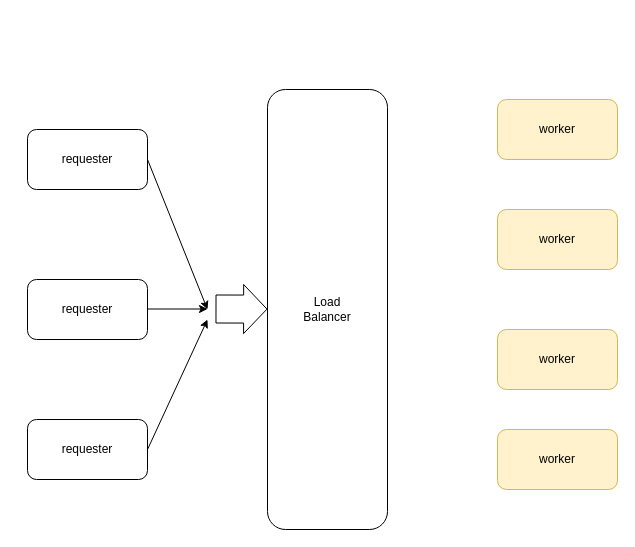
The draw.io diagram py_load_balancer.drawio in johnalupton/py_load_balancer, before the edit. Source tidied: cells renumbered, new cells numbered last; positions are measured from the earlier drawing's top-left corner, leaving out a move shared by most shapes. Both pictures are drawn from the tidied source at 100%, with x=0, y=0 at pixel (27, 89).
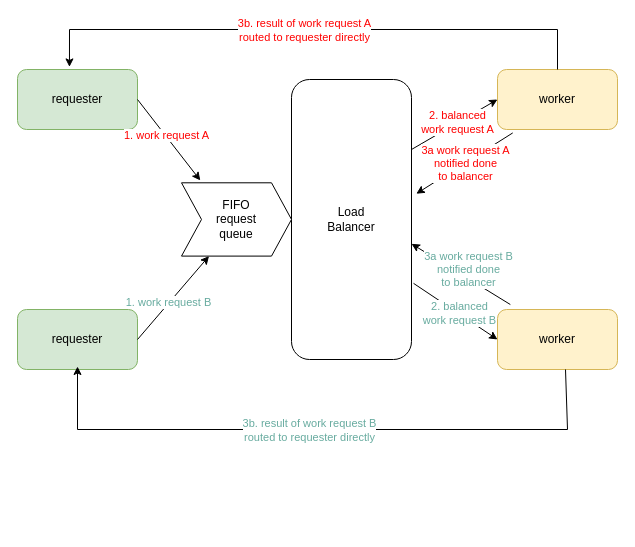
The same diagram, later.

What changed in the source:
```diff
@@
-    <mxCell id="2" value="requester" style="rounded=1;whiteSpace=wrap;html=1;" parent="1" vertex="1">
-      <mxGeometry y="190" width="120" height="60" as="geometry" />
-    </mxCell>
     <mxCell id="3" value="Load&lt;br&gt;Balancer" style="rounded=1;whiteSpace=wrap;html=1;" parent="1" vertex="1">
-      <mxGeometry x="240" width="120" height="440" as="geometry" />
+      <mxGeometry x="264" y="-10" width="120" height="280" as="geometry" />
     </mxCell>
-    <mxCell id="4" style="shape=flexArrow;endArrow=classic;html=1;rounded=0;entryX=1.017;entryY=0.273;entryDx=0;entryDy=0;entryPerimeter=0;width=28;endSize=7.46;" parent="1" edge="1">
-      <mxGeometry relative="1" as="geometry">
-        <mxPoint x="188" y="219.5" as="sourcePoint" />
-        <mxPoint x="240" y="219.6" as="targetPoint" />
-      </mxGeometry>
-    </mxCell>
-    <mxCell id="5" value="worker" style="rounded=1;whiteSpace=wrap;html=1;fillColor=#fff2cc;strokeColor=#d6b656;" parent="1" vertex="1">
-      <mxGeometry x="470" y="10" width="120" height="60" as="geometry" />
-    </mxCell>
-    <mxCell id="6" value="worker" style="rounded=1;whiteSpace=wrap;html=1;fillColor=#fff2cc;strokeColor=#d6b656;" parent="1" vertex="1">
-      <mxGeometry x="470" y="120" width="120" height="60" as="geometry" />
-    </mxCell>
-    <mxCell id="7" value="worker" style="rounded=1;whiteSpace=wrap;html=1;fillColor=#fff2cc;strokeColor=#d6b656;" parent="1" vertex="1">
-      <mxGeometry x="470" y="240" width="120" height="60" as="geometry" />
-    </mxCell>
-    <mxCell id="8" value="worker" style="rounded=1;whiteSpace=wrap;html=1;fillColor=#fff2cc;strokeColor=#d6b656;" parent="1" vertex="1">
-      <mxGeometry x="470" y="340" width="120" height="60" as="geometry" />
-    </mxCell>
-    <mxCell id="9" value="requester" style="rounded=1;whiteSpace=wrap;html=1;" parent="1" vertex="1">
-      <mxGeometry y="40" width="120" height="60" as="geometry" />
+    <mxCell id="9" value="requester" style="rounded=1;whiteSpace=wrap;html=1;fillColor=#d5e8d4;strokeColor=#82b366;" parent="1" vertex="1">
+      <mxGeometry x="-10" y="-20" width="120" height="60" as="geometry" />
     </mxCell>
-    <mxCell id="10" value="requester" style="rounded=1;whiteSpace=wrap;html=1;" parent="1" vertex="1">
-      <mxGeometry y="330" width="120" height="60" as="geometry" />
+    <mxCell id="10" value="requester" style="rounded=1;whiteSpace=wrap;html=1;fillColor=#d5e8d4;strokeColor=#82b366;" parent="1" vertex="1">
+      <mxGeometry x="-10" y="220" width="120" height="60" as="geometry" />
     </mxCell>
-    <mxCell id="11" style="endArrow=classic;html=1;rounded=0;" parent="1" edge="1">
-      <mxGeometry relative="1" as="geometry">
-        <mxPoint x="120" y="360" as="sourcePoint" />
-        <mxPoint x="180" y="230" as="targetPoint" />
-      </mxGeometry>
-    </mxCell>
-    <mxCell id="12" style="endArrow=classic;html=1;rounded=0;" parent="1" edge="1">
-      <mxGeometry relative="1" as="geometry">
-        <mxPoint x="120" y="70" as="sourcePoint" />
-        <mxPoint x="180" y="220" as="targetPoint" />
-      </mxGeometry>
-    </mxCell>
-    <mxCell id="13" style="endArrow=classic;html=1;rounded=0;" parent="1" edge="1">
-      <mxGeometry relative="1" as="geometry">
-        <mxPoint x="120" y="219.5" as="sourcePoint" />
-        <mxPoint x="180" y="219.5" as="targetPoint" />
-      </mxGeometry>
-    </mxCell>
+    <mxCell id="14" value="FIFO&lt;br&gt;request&lt;br&gt;queue" style="shape=step;perimeter=stepPerimeter;whiteSpace=wrap;html=1;fixedSize=1;" parent="1" vertex="1">
+      <mxGeometry x="154" y="93.3" width="110" height="73.3" as="geometry" />
+    </mxCell>
+    <mxCell id="15" style="endArrow=classic;html=1;rounded=0;entryX=0.171;entryY=-0.032;entryDx=0;entryDy=0;entryPerimeter=0;fontColor=#ff0000;" parent="1" edge="1" target="14">
+      <mxGeometry relative="1" as="geometry">
+        <mxPoint x="110" y="10" as="sourcePoint" />
+      </mxGeometry>
+    </mxCell>
+    <mxCell id="16" value="1. work request A" style="edgeLabel;html=1;align=center;verticalAlign=middle;fontColor=#ff0000;" parent="15" vertex="1">
+      <mxGeometry x="-0.1" y="1" relative="1" as="geometry" />
+    </mxCell>
+    <mxCell id="17" style="endArrow=classic;html=1;rounded=0;entryX=0.25;entryY=1;entryDx=0;entryDy=0;exitX=1;exitY=0.5;exitDx=0;exitDy=0;" parent="1" edge="1" source="10" target="14">
+      <mxGeometry relative="1" as="geometry" />
+    </mxCell>
+    <mxCell id="18" value="&lt;font color=&quot;#67ab9f&quot;&gt;1. work request B&lt;/font&gt;" style="edgeLabel;html=1;align=center;verticalAlign=middle;" parent="17" vertex="1">
+      <mxGeometry x="-0.1" y="1" relative="1" as="geometry">
+        <mxPoint x="-1" as="offset" />
+      </mxGeometry>
+    </mxCell>
+    <mxCell id="19" value="worker" style="rounded=1;whiteSpace=wrap;html=1;fillColor=#fff2cc;strokeColor=#d6b656;" parent="1" vertex="1">
+      <mxGeometry x="470" y="220" width="120" height="60" as="geometry" />
+    </mxCell>
+    <mxCell id="20" value="worker" style="rounded=1;whiteSpace=wrap;html=1;fillColor=#fff2cc;strokeColor=#d6b656;" parent="1" vertex="1">
+      <mxGeometry x="470" y="-20" width="120" height="60" as="geometry" />
+    </mxCell>
+    <mxCell id="21" style="endArrow=classic;html=1;rounded=0;exitX=1;exitY=0.25;exitDx=0;exitDy=0;entryX=0;entryY=0.5;entryDx=0;entryDy=0;" parent="1" edge="1" source="3" target="20">
+      <mxGeometry relative="1" as="geometry" />
+    </mxCell>
+    <mxCell id="22" value="2. balanced&lt;br&gt;work request A" style="edgeLabel;html=1;align=center;verticalAlign=middle;fontColor=#ff0000;" parent="21" vertex="1">
+      <mxGeometry x="0.07" y="1" relative="1" as="geometry" />
+    </mxCell>
+    <mxCell id="23" style="endArrow=classic;html=1;rounded=0;exitX=0.5;exitY=0;exitDx=0;exitDy=0;entryX=0.433;entryY=-0.043;entryDx=0;entryDy=0;entryPerimeter=0;" parent="1" edge="1" source="20" target="9">
+      <mxGeometry relative="1" as="geometry">
+        <Array as="points">
+          <mxPoint x="530" y="-60" />
+          <mxPoint x="42" y="-60" />
+        </Array>
+      </mxGeometry>
+    </mxCell>
+    <mxCell id="24" value="3b. result of work request A&lt;br&gt;routed to requester directly" style="edgeLabel;html=1;align=center;verticalAlign=middle;fontColor=#FF0000;" parent="23" vertex="1">
+      <mxGeometry x="0.04" relative="1" as="geometry" />
+    </mxCell>
+    <mxCell id="25" style="endArrow=classic;html=1;rounded=0;entryX=1.04;entryY=0.408;entryDx=0;entryDy=0;entryPerimeter=0;exitX=0.127;exitY=1.057;exitDx=0;exitDy=0;exitPerimeter=0;" parent="1" edge="1" source="20" target="3">
+      <mxGeometry relative="1" as="geometry" />
+    </mxCell>
+    <mxCell id="26" value="&lt;font color=&quot;#ff0000&quot;&gt;3a work request A&lt;br&gt;notified done&lt;br&gt;to balancer&lt;/font&gt;" style="edgeLabel;html=1;align=center;verticalAlign=middle;" parent="25" vertex="1">
+      <mxGeometry relative="1" as="geometry" />
+    </mxCell>
+    <mxCell id="27" style="endArrow=classic;html=1;rounded=0;exitX=1.017;exitY=0.728;exitDx=0;exitDy=0;entryX=0;entryY=0.5;entryDx=0;entryDy=0;exitPerimeter=0;" parent="1" edge="1" source="3" target="19">
+      <mxGeometry relative="1" as="geometry" />
+    </mxCell>
+    <mxCell id="28" value="&lt;font color=&quot;#67ab9f&quot;&gt;2. balanced&lt;br&gt;work request B&lt;/font&gt;" style="edgeLabel;html=1;align=center;verticalAlign=middle;fontColor=#ff0000;" parent="27" vertex="1">
+      <mxGeometry x="0.07" y="1" relative="1" as="geometry" />
+    </mxCell>
+    <mxCell id="29" style="endArrow=classic;html=1;rounded=0;exitX=0.5;exitY=0;exitDx=0;exitDy=0;entryX=0.433;entryY=-0.043;entryDx=0;entryDy=0;entryPerimeter=0;" parent="1" edge="1">
+      <mxGeometry relative="1" as="geometry">
+        <mxPoint x="538" y="280" as="sourcePoint" />
+        <mxPoint x="50" y="277" as="targetPoint" />
+        <Array as="points">
+          <mxPoint x="540" y="340" />
+          <mxPoint x="300" y="340" />
+          <mxPoint x="50" y="340" />
+        </Array>
+      </mxGeometry>
+    </mxCell>
+    <mxCell id="30" value="&lt;font color=&quot;#67ab9f&quot;&gt;3b. result of work request B&lt;br&gt;routed to requester directly&lt;/font&gt;" style="edgeLabel;html=1;align=center;verticalAlign=middle;fontColor=#FF0000;" parent="29" vertex="1">
+      <mxGeometry x="0.04" relative="1" as="geometry" />
+    </mxCell>
+    <mxCell id="31" style="endArrow=classic;html=1;rounded=0;entryX=1.04;entryY=0.408;entryDx=0;entryDy=0;entryPerimeter=0;exitX=0.107;exitY=-0.083;exitDx=0;exitDy=0;exitPerimeter=0;" parent="1" edge="1" source="19">
+      <mxGeometry relative="1" as="geometry">
+        <mxPoint x="384" y="154.3" as="targetPoint" />
+      </mxGeometry>
+    </mxCell>
+    <mxCell id="32" value="&lt;font color=&quot;#67ab9f&quot;&gt;3a work request B&lt;br&gt;notified done&lt;br&gt;to balancer&lt;/font&gt;" style="edgeLabel;html=1;align=center;verticalAlign=middle;" parent="31" vertex="1">
+      <mxGeometry relative="1" as="geometry">
+        <mxPoint x="7" y="-5" as="offset" />
+      </mxGeometry>
+    </mxCell>
```
